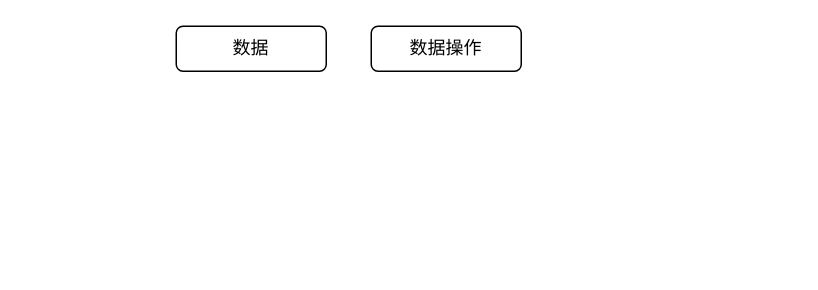
Above: Untitled Diagram.drawio in ly350268634/tensorflow (draw.io), before the change. Source tidied: cells renumbered, new cells numbered last; positions are measured from the earlier drawing's top-left corner, leaving out a move shared by most shapes. Both pictures are drawn from the tidied source at 150%, with x=0, y=0 at pixel (176, 26).
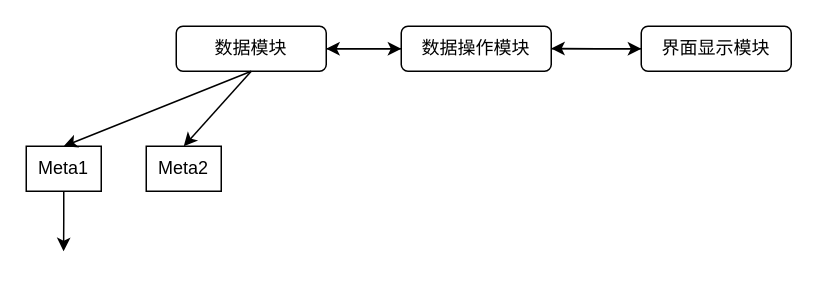
The same page after the edit.

The edit, as a diff of the source:
```diff
@@
 <mxGraphModel>
   <root>
     <mxCell id="0" />
     <mxCell id="1" parent="0" />
+    <mxCell id="4" style="edgeStyle=orthogonalEdgeStyle;rounded=0;jettySize=auto;html=1;exitX=1;exitY=0.5;exitDx=0;exitDy=0;entryX=0;entryY=0.5;entryDx=0;entryDy=0;" parent="1" edge="1" source="2" target="3">
+      <mxGeometry relative="1" as="geometry" />
+    </mxCell>
-    <mxCell id="2" value="数据" style="rounded=1;whiteSpace=wrap;html=1;" parent="1" vertex="1">
+    <mxCell id="2" value="数据模块" style="rounded=1;whiteSpace=wrap;html=1;" parent="1" vertex="1">
       <mxGeometry width="100" height="30" as="geometry" />
     </mxCell>
+    <mxCell id="5" style="edgeStyle=orthogonalEdgeStyle;rounded=0;jettySize=auto;html=1;exitX=0;exitY=0.5;exitDx=0;exitDy=0;entryX=1;entryY=0.5;entryDx=0;entryDy=0;" parent="1" edge="1" source="3" target="2">
+      <mxGeometry relative="1" as="geometry" />
+    </mxCell>
+    <mxCell id="6" style="edgeStyle=orthogonalEdgeStyle;rounded=0;jettySize=auto;html=1;exitX=1;exitY=0.5;exitDx=0;exitDy=0;" parent="1" edge="1" source="3" target="8">
+      <mxGeometry relative="1" as="geometry" />
+    </mxCell>
-    <mxCell id="3" value="数据操作" style="rounded=1;whiteSpace=wrap;html=1;" parent="1" vertex="1">
-      <mxGeometry x="130" width="100" height="30" as="geometry" />
+    <mxCell id="3" value="数据操作模块" style="rounded=1;whiteSpace=wrap;html=1;" parent="1" vertex="1">
+      <mxGeometry x="150" width="100" height="30" as="geometry" />
     </mxCell>
+    <mxCell id="7" style="edgeStyle=orthogonalEdgeStyle;rounded=0;jettySize=auto;html=1;exitX=0;exitY=0.5;exitDx=0;exitDy=0;" parent="1" edge="1" source="8">
+      <mxGeometry relative="1" as="geometry">
+        <mxPoint x="250" y="14.8" as="targetPoint" />
+      </mxGeometry>
+    </mxCell>
+    <mxCell id="8" value="界面显示模块" style="rounded=1;whiteSpace=wrap;html=1;" parent="1" vertex="1">
+      <mxGeometry x="310" width="100" height="30" as="geometry" />
+    </mxCell>
+    <mxCell id="9" style="edgeStyle=orthogonalEdgeStyle;rounded=0;jettySize=auto;html=1;exitX=0.5;exitY=1;exitDx=0;exitDy=0;" parent="1" edge="1" source="10">
+      <mxGeometry relative="1" as="geometry">
+        <mxPoint x="-75.1" y="150" as="targetPoint" />
+      </mxGeometry>
+    </mxCell>
+    <mxCell id="10" value="Meta1" style="rounded=0;whiteSpace=wrap;html=1;" parent="1" vertex="1">
+      <mxGeometry x="-100" y="80" width="50" height="30" as="geometry" />
+    </mxCell>
+    <mxCell id="11" style="endArrow=classic;html=1;exitX=0.5;exitY=1;exitDx=0;exitDy=0;entryX=0.5;entryY=0;entryDx=0;entryDy=0;" parent="1" edge="1" source="2" target="10">
+      <mxGeometry relative="1" as="geometry" />
+    </mxCell>
+    <mxCell id="12" value="Meta2" style="rounded=0;whiteSpace=wrap;html=1;" parent="1" vertex="1">
+      <mxGeometry x="-20" y="80" width="50" height="30" as="geometry" />
+    </mxCell>
+    <mxCell id="13" style="endArrow=classic;html=1;exitX=0.5;exitY=1;exitDx=0;exitDy=0;entryX=0.5;entryY=0;entryDx=0;entryDy=0;" parent="1" edge="1" source="2" target="12">
+      <mxGeometry relative="1" as="geometry" />
+    </mxCell>
   </root>
 </mxGraphModel>
```
